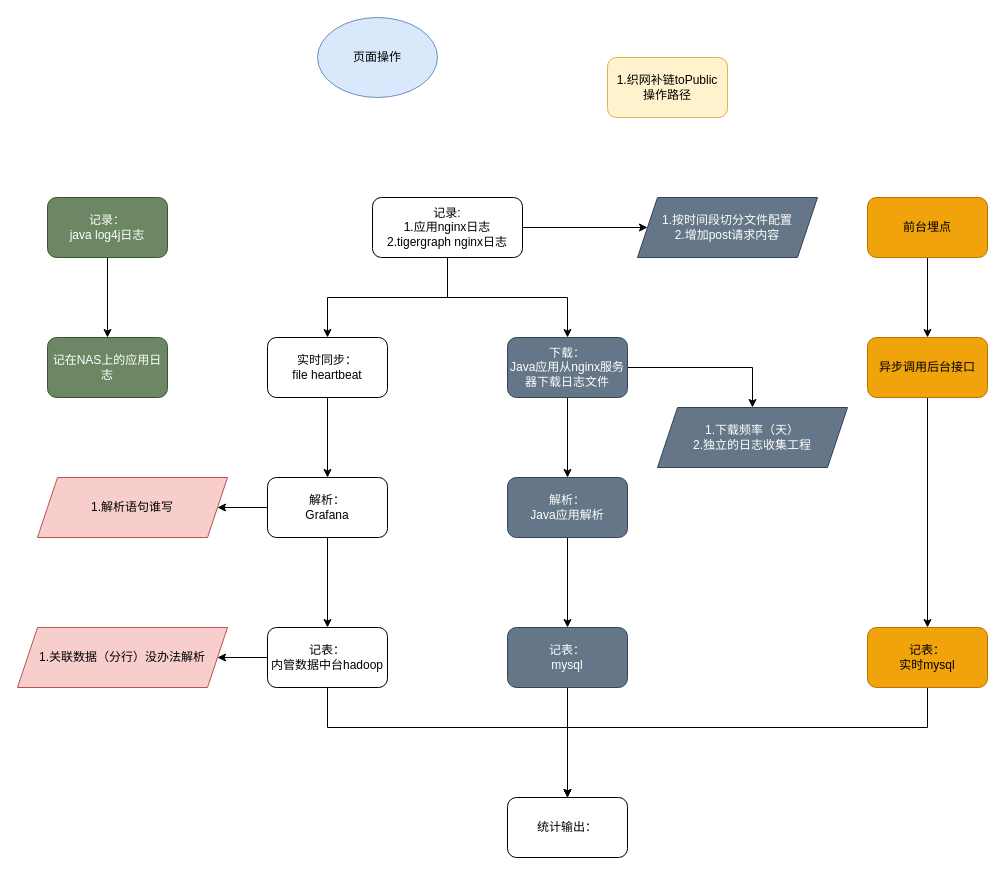
Above: 埋点.drawio in endintro/wordman (draw.io), before the change. Source tidied: cells renumbered, new cells numbered last; positions are measured from the earlier drawing's top-left corner, leaving out a move shared by most shapes. Both pictures are drawn from the tidied source at 100%, with x=0, y=0 at pixel (17, 17).
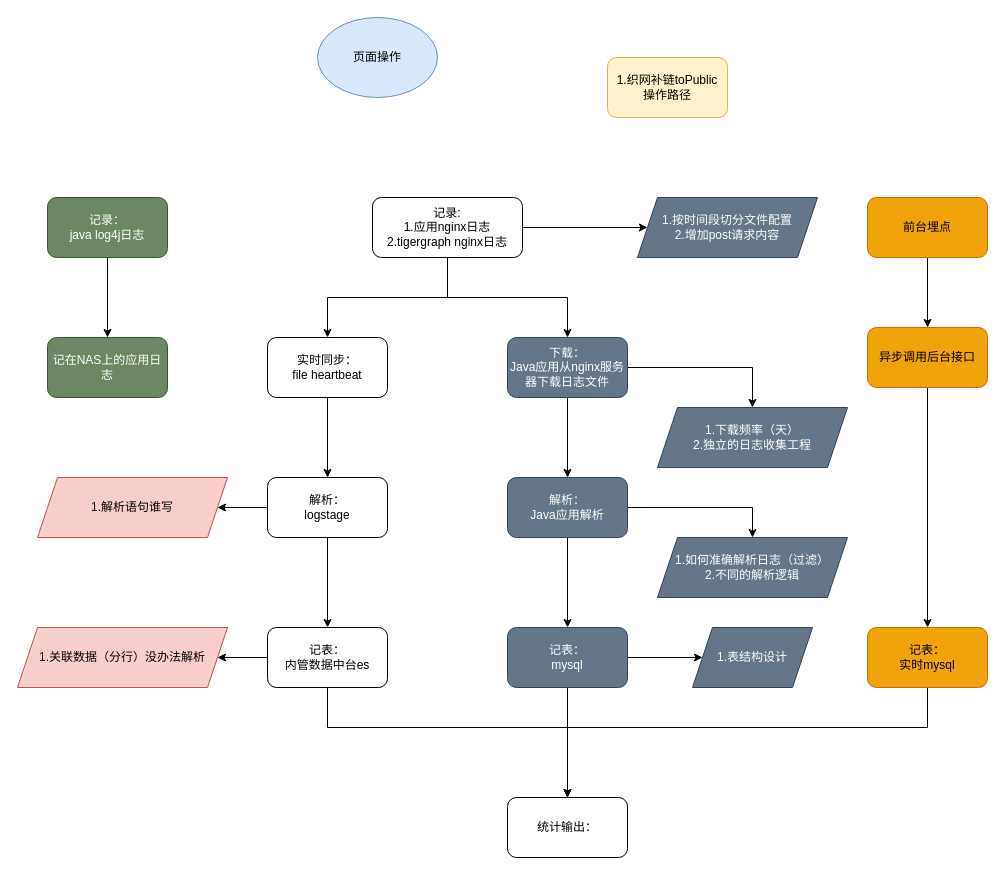
After the change.

Unchanged cells that the change refers to:
```xml
<mxCell id="28" value="解析：&lt;br&gt;Java应用解析" style="rounded=1;whiteSpace=wrap;html=1;fillColor=#647687;fontColor=#ffffff;strokeColor=#314354;" parent="1" vertex="1">
  <mxGeometry x="490" y="460" width="120" height="60" as="geometry" />
</mxCell>
<mxCell id="30" value="记表：&lt;br&gt;mysql" style="rounded=1;whiteSpace=wrap;html=1;fillColor=#647687;fontColor=#ffffff;strokeColor=#314354;" parent="1" vertex="1">
  <mxGeometry x="490" y="610" width="120" height="60" as="geometry" />
</mxCell>
```

What changed in the source:
```diff
@@
-    <mxCell id="13" value="解析：&lt;br&gt;Grafana" style="rounded=1;whiteSpace=wrap;html=1;" parent="1" vertex="1">
+    <mxCell id="13" value="解析：&lt;br&gt;logstage" style="rounded=1;whiteSpace=wrap;html=1;" parent="1" vertex="1">
       <mxGeometry x="250" y="460" width="120" height="60" as="geometry" />
     </mxCell>
@@
-    <mxCell id="18" value="记表：&lt;br&gt;内管数据中台hadoop" style="rounded=1;whiteSpace=wrap;html=1;" parent="1" vertex="1">
+    <mxCell id="18" value="记表：&lt;br&gt;内管数据中台es" style="rounded=1;whiteSpace=wrap;html=1;" parent="1" vertex="1">
       <mxGeometry x="250" y="610" width="120" height="60" as="geometry" />
     </mxCell>
@@
+    <mxCell id="37" style="edgeStyle=orthogonalEdgeStyle;rounded=0;jettySize=auto;html=1;entryX=0.5;entryY=0;entryDx=0;entryDy=0;" parent="1" edge="1" source="28" target="39">
+      <mxGeometry relative="1" as="geometry" />
+    </mxCell>
@@
+    <mxCell id="38" style="edgeStyle=orthogonalEdgeStyle;rounded=0;jettySize=auto;html=1;exitX=1;exitY=0.5;exitDx=0;exitDy=0;entryX=0;entryY=0.5;entryDx=0;entryDy=0;" parent="1" edge="1" source="30" target="40">
+      <mxGeometry relative="1" as="geometry" />
+    </mxCell>
@@
     <mxCell id="34" value="异步调用后台接口" style="rounded=1;whiteSpace=wrap;html=1;fillColor=#f0a30a;fontColor=#000000;strokeColor=#BD7000;" parent="1" vertex="1">
-      <mxGeometry x="850" y="320" width="120" height="60" as="geometry" />
+      <mxGeometry x="850" y="310" width="120" height="60" as="geometry" />
     </mxCell>
@@
+    <mxCell id="39" value="1.如何准确解析日志（过滤）&lt;br&gt;2.不同的解析逻辑" style="shape=parallelogram;perimeter=parallelogramPerimeter;whiteSpace=wrap;html=1;fixedSize=1;fillColor=#647687;strokeColor=#314354;fontColor=#ffffff;" parent="1" vertex="1">
+      <mxGeometry x="640" y="520" width="190" height="60" as="geometry" />
+    </mxCell>
+    <mxCell id="40" value="1.表结构设计" style="shape=parallelogram;perimeter=parallelogramPerimeter;whiteSpace=wrap;html=1;fixedSize=1;fillColor=#647687;fontColor=#ffffff;strokeColor=#314354;" parent="1" vertex="1">
+      <mxGeometry x="675" y="610" width="120" height="60" as="geometry" />
+    </mxCell>
```
